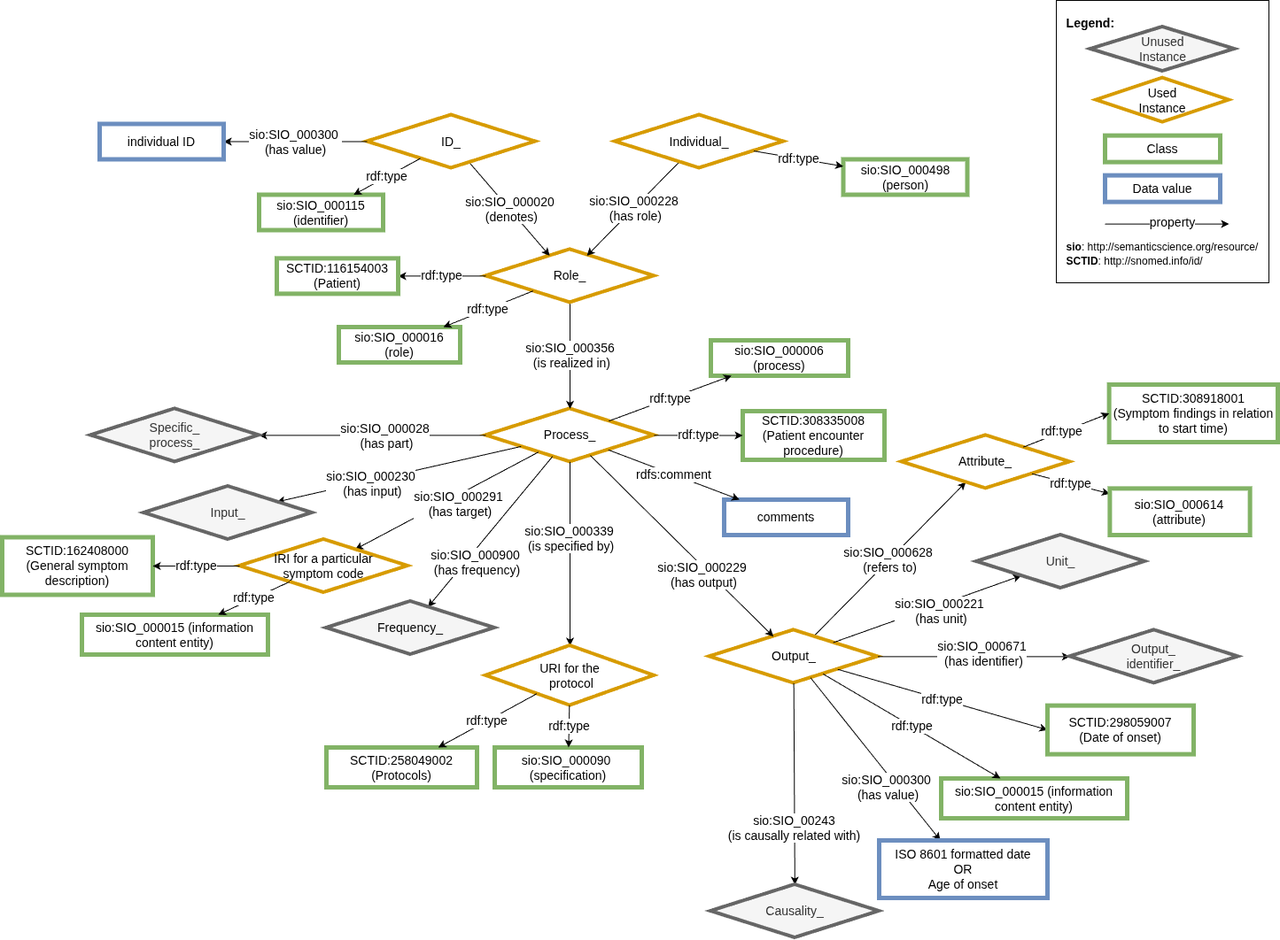
This is images/snomed/CARE-SM-snomed-Symptoms_onset.drawio.png from CARE-SM/CARE-Semantic-Model, a draw.io export, as it was before one commit. Source tidied: cells renumbered, new cells last; positions are measured from the earlier drawing's top-left corner, leaving out a move shared by most shapes.
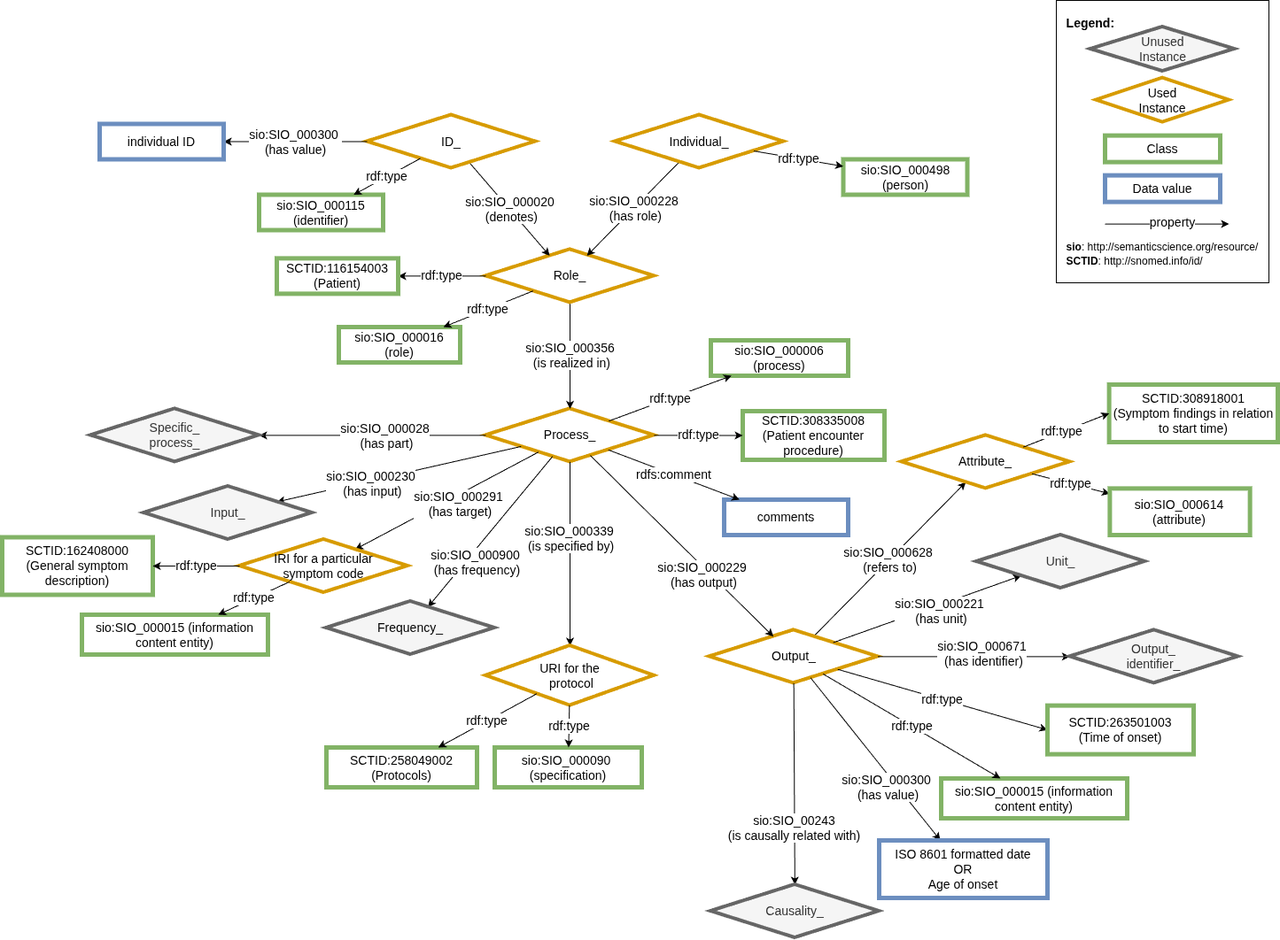
Above is the later version.

Commit message:
Symptoms onset image correction

What changed in the source:
```diff
@@ -96,7 +96,7 @@
     <mxCell id="29" value="rdf:type" style="edgeStyle=none;rounded=0;jettySize=auto;html=1;entryX=0;entryY=0.5;entryDx=0;entryDy=0;fontSize=14;" parent="1" edge="1" source="3" target="30">
       <mxGeometry relative="1" as="geometry" />
     </mxCell>
-    <mxCell id="30" value="SCTID:298059007&lt;div&gt;(Date of onset)&lt;/div&gt;" style="whiteSpace=wrap;html=1;fillColor=#FFFFFF;strokeColor=#82b366;strokeWidth=5;fontSize=14;" parent="1" vertex="1">
+    <mxCell id="30" value="SCTID:263501003&lt;div&gt;(Time of onset)&lt;/div&gt;" style="whiteSpace=wrap;html=1;fillColor=#FFFFFF;strokeColor=#82b366;strokeWidth=5;fontSize=14;" parent="1" vertex="1">
       <mxGeometry x="1180" y="796.6" width="165" height="55" as="geometry" />
     </mxCell>
     <mxCell id="31" value="&lt;span style=&quot;background-color: initial; font-size: 14px;&quot;&gt;&lt;div style=&quot;font-size: 14px;&quot;&gt;&lt;div&gt;&lt;span style=&quot;background-color: initial; color: light-dark(rgb(0, 0, 0), rgb(255, 255, 255));&quot;&gt;SCTID:&lt;/span&gt;&lt;span style=&quot;background-color: initial;&quot;&gt;308918001&lt;/span&gt;&lt;/div&gt;&lt;div&gt;(Symptom findings in relation to start time)&lt;/div&gt;&lt;/div&gt;&lt;/span&gt;" style="whiteSpace=wrap;html=1;fillColor=#FFFFFF;strokeColor=#82b366;strokeWidth=5;fontSize=14;" parent="1" vertex="1">
```
